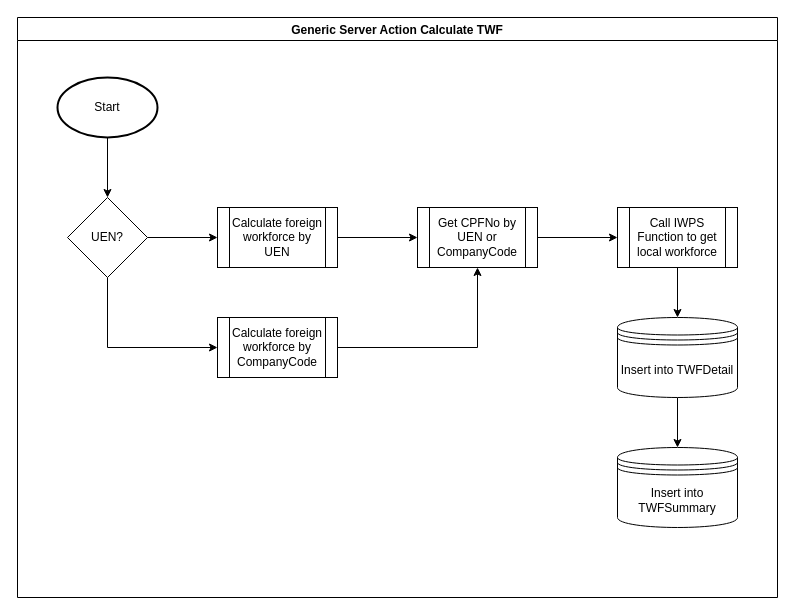
The draw.io diagram GenericServerActionCalculateTWF.drawio in willyip2377/DrawIo, before the edit. Source tidied: cells renumbered, new cells numbered last; positions are measured from the earlier drawing's top-left corner, leaving out a move shared by most shapes. Both pictures are drawn from the tidied source at 100%, with x=0, y=0 at pixel (17, 17).
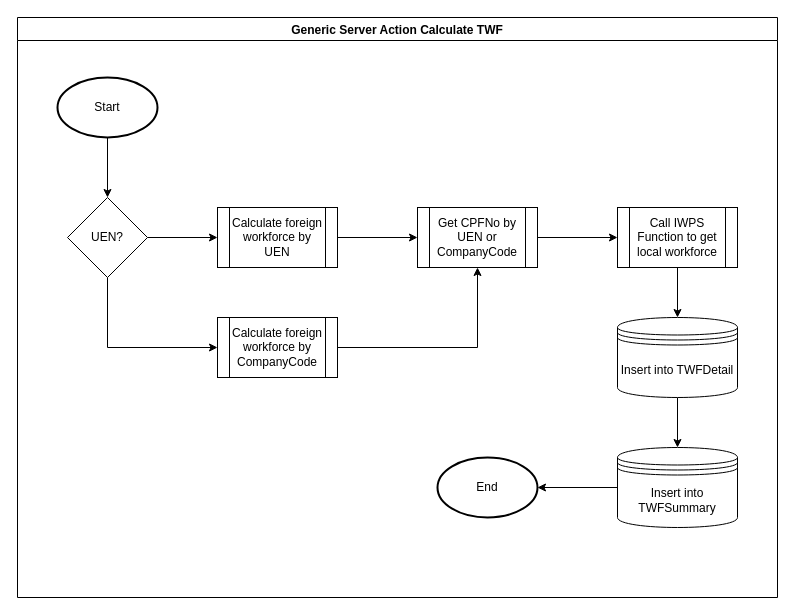
Above is the later version.

Unchanged cells that the change refers to:
```xml
<mxCell id="2" value="Generic Server Action Calculate TWF" style="swimlane;" parent="1" vertex="1">
  <mxGeometry width="760" height="580" as="geometry" />
</mxCell>
<mxCell id="18" value="Insert into TWFSummary" style="shape=datastore;whiteSpace=wrap;html=1;" parent="2" vertex="1">
  <mxGeometry x="600" y="430" width="120" height="80" as="geometry" />
</mxCell>
```

The edit, as a diff of the source:
```diff
@@
+    <mxCell id="19" style="edgeStyle=orthogonalEdgeStyle;rounded=0;jettySize=auto;html=1;" parent="2" edge="1" source="18" target="20">
+      <mxGeometry relative="1" as="geometry" />
+    </mxCell>
@@
+    <mxCell id="20" value="End" style="strokeWidth=2;html=1;shape=mxgraph.flowchart.start_1;whiteSpace=wrap;" parent="2" vertex="1">
+      <mxGeometry x="420" y="440" width="100" height="60" as="geometry" />
+    </mxCell>
```
